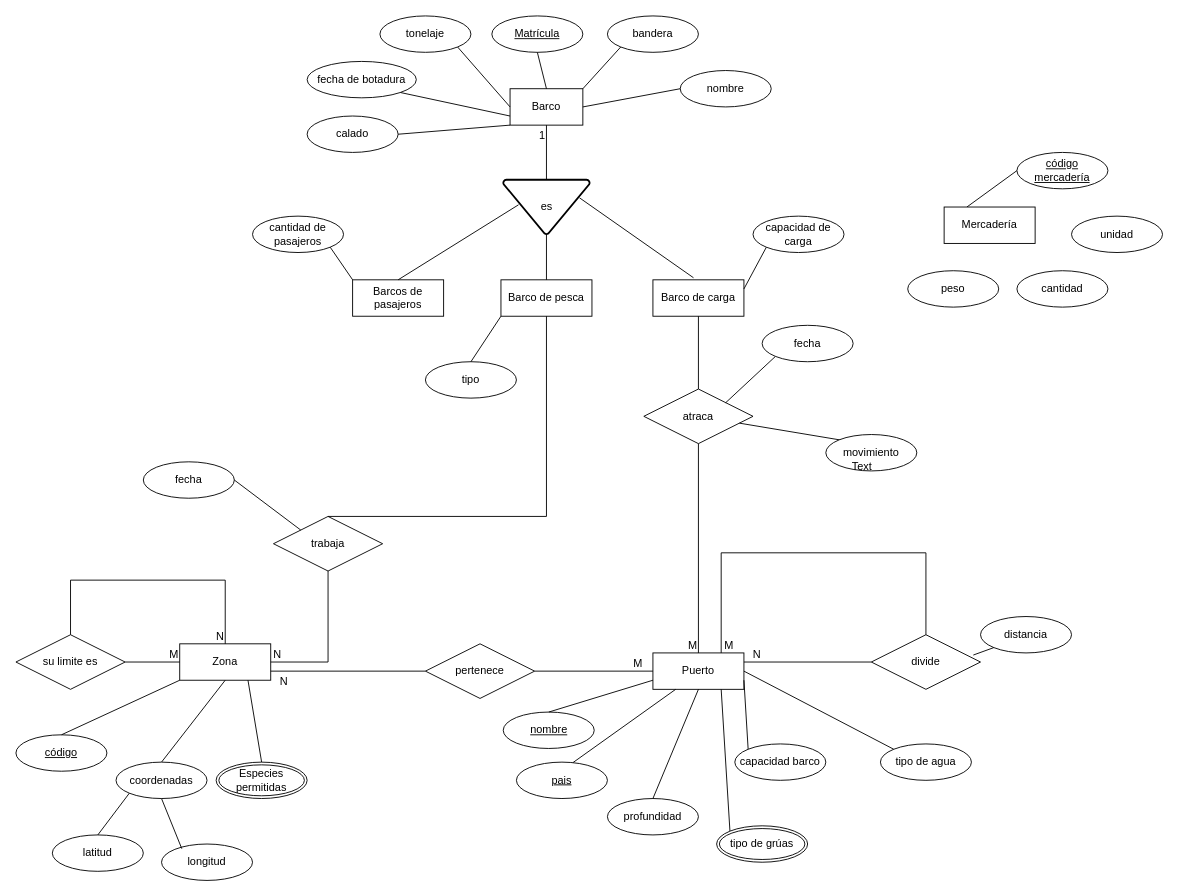
Before: Diagrama sin título.drawio in JahirFz/Mapas, a draw.io diagram. Source tidied: cells renumbered, new cells numbered last; positions are measured from the earlier drawing's top-left corner, leaving out a move shared by most shapes. Both pictures are drawn from the tidied source at 91%, with x=0, y=0 at pixel (15, 15).
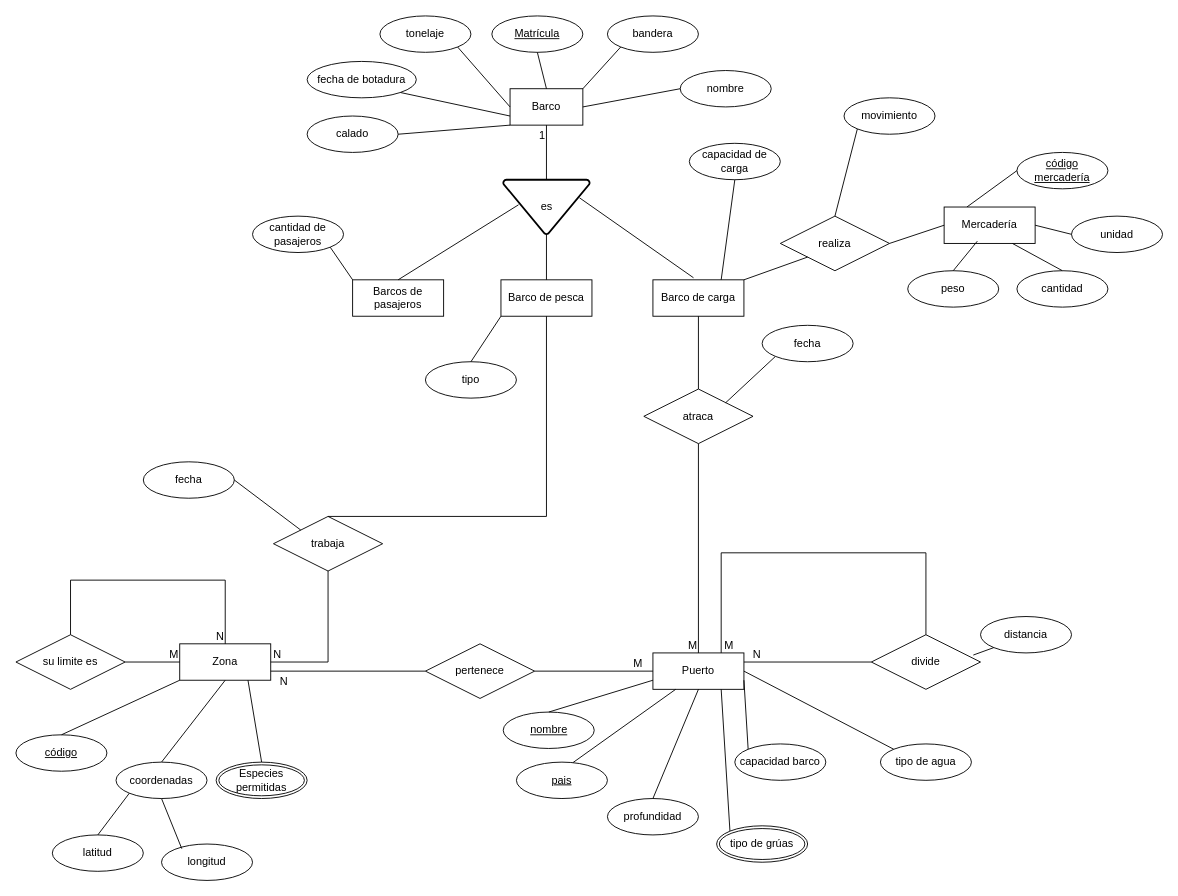
After the change.

The change refers to these unchanged cells:
```xml
<mxCell id="17" value="Barco de carga" style="whiteSpace=wrap;html=1;align=center;" parent="1" vertex="1">
  <mxGeometry x="700" y="290" width="100" height="40" as="geometry" />
</mxCell>
<mxCell id="56" value="atraca" style="shape=rhombus;perimeter=rhombusPerimeter;whiteSpace=wrap;html=1;align=center;" parent="1" vertex="1">
  <mxGeometry x="690" y="410" width="120" height="60" as="geometry" />
</mxCell>
<mxCell id="83" value="Mercadería" style="whiteSpace=wrap;html=1;align=center;" parent="1" vertex="1">
  <mxGeometry x="1020" y="210" width="100" height="40" as="geometry" />
</mxCell>
<mxCell id="87" value="unidad" style="ellipse;whiteSpace=wrap;html=1;align=center;" parent="1" vertex="1">
  <mxGeometry x="1160" y="220" width="100" height="40" as="geometry" />
</mxCell>
<mxCell id="88" value="cantidad" style="ellipse;whiteSpace=wrap;html=1;align=center;" parent="1" vertex="1">
  <mxGeometry x="1100" y="280" width="100" height="40" as="geometry" />
</mxCell>
<mxCell id="89" value="peso" style="ellipse;whiteSpace=wrap;html=1;align=center;" parent="1" vertex="1">
  <mxGeometry x="980" y="280" width="100" height="40" as="geometry" />
</mxCell>
```

The edit, as a diff of the source:
```diff
@@
     <mxCell id="22" value="capacidad de carga" style="ellipse;whiteSpace=wrap;html=1;align=center;" parent="1" vertex="1">
-      <mxGeometry x="810" y="220" width="100" height="40" as="geometry" />
+      <mxGeometry x="740" y="140" width="100" height="40" as="geometry" />
     </mxCell>
-    <mxCell id="23" style="endArrow=none;html=1;rounded=0;entryX=1;entryY=0.25;entryDx=0;entryDy=0;exitX=0;exitY=1;exitDx=0;exitDy=0;" parent="1" edge="1" source="22" target="17">
+    <mxCell id="23" style="endArrow=none;html=1;rounded=0;entryX=0.75;entryY=0;entryDx=0;entryDy=0;exitX=0.5;exitY=1;exitDx=0;exitDy=0;" parent="1" edge="1" source="22" target="17">
       <mxGeometry relative="1" as="geometry" />
     </mxCell>
@@
-    <mxCell id="71" style="endArrow=none;html=1;rounded=0;entryX=1;entryY=0.5;entryDx=0;entryDy=0;" parent="1" edge="1" source="56" target="90">
-      <mxGeometry relative="1" as="geometry" />
-    </mxCell>
@@
+    <mxCell id="92" value="realiza" style="shape=rhombus;perimeter=rhombusPerimeter;whiteSpace=wrap;html=1;align=center;" parent="1" vertex="1">
+      <mxGeometry x="840" y="220" width="120" height="60" as="geometry" />
+    </mxCell>
+    <mxCell id="93" style="endArrow=none;html=1;rounded=0;entryX=1;entryY=0;entryDx=0;entryDy=0;exitX=0;exitY=1;exitDx=0;exitDy=0;" parent="1" edge="1" source="92" target="17">
+      <mxGeometry relative="1" as="geometry" />
+    </mxCell>
+    <mxCell id="94" style="endArrow=none;html=1;rounded=0;entryX=1;entryY=0.5;entryDx=0;entryDy=0;exitX=0;exitY=0.5;exitDx=0;exitDy=0;" parent="1" edge="1" source="83" target="92">
+      <mxGeometry relative="1" as="geometry" />
+    </mxCell>
+    <mxCell id="95" style="endArrow=none;html=1;rounded=0;entryX=1;entryY=0.5;entryDx=0;entryDy=0;exitX=0;exitY=0.5;exitDx=0;exitDy=0;" parent="1" edge="1" source="87" target="83">
+      <mxGeometry relative="1" as="geometry" />
+    </mxCell>
+    <mxCell id="96" style="endArrow=none;html=1;rounded=0;entryX=0.75;entryY=1;entryDx=0;entryDy=0;exitX=0.5;exitY=0;exitDx=0;exitDy=0;" parent="1" edge="1" source="88" target="83">
+      <mxGeometry relative="1" as="geometry" />
+    </mxCell>
+    <mxCell id="97" style="endArrow=none;html=1;rounded=0;entryX=0.365;entryY=0.938;entryDx=0;entryDy=0;exitX=0.5;exitY=0;exitDx=0;exitDy=0;entryPerimeter=0;" parent="1" edge="1" source="89" target="83">
+      <mxGeometry relative="1" as="geometry" />
+    </mxCell>
     <mxCell id="90" value="movimiento" style="ellipse;whiteSpace=wrap;html=1;align=center;" parent="1" vertex="1">
-      <mxGeometry x="890" y="460" width="100" height="40" as="geometry" />
+      <mxGeometry x="910" y="90" width="100" height="40" as="geometry" />
     </mxCell>
-    <mxCell id="91" value="Text" style="text;strokeColor=none;align=center;fillColor=none;html=1;verticalAlign=middle;whiteSpace=wrap;rounded=0;" parent="1" vertex="1">
-      <mxGeometry x="900" y="480" width="60" height="30" as="geometry" />
-    </mxCell>
+    <mxCell id="98" style="endArrow=none;html=1;rounded=0;entryX=0.5;entryY=0;entryDx=0;entryDy=0;exitX=0;exitY=1;exitDx=0;exitDy=0;" parent="1" edge="1" source="90" target="92">
+      <mxGeometry relative="1" as="geometry" />
+    </mxCell>
```
